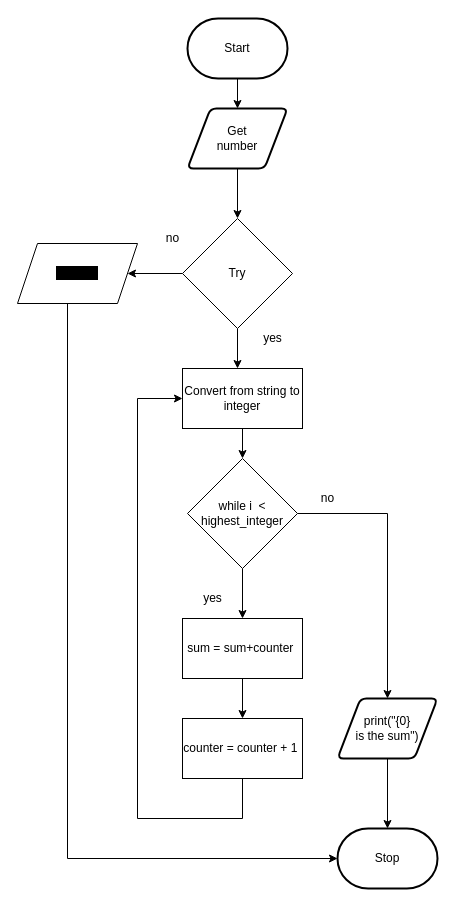
Above: Flow-Chart.drawio in mohammedal-ess/ICS3U-Unit4-01-Python (draw.io), before the change. Source tidied: cells renumbered, new cells numbered last; positions are measured from the earlier drawing's top-left corner, leaving out a move shared by most shapes. Both pictures are drawn from the tidied source at 100%, with x=0, y=0 at pixel (17, 18).
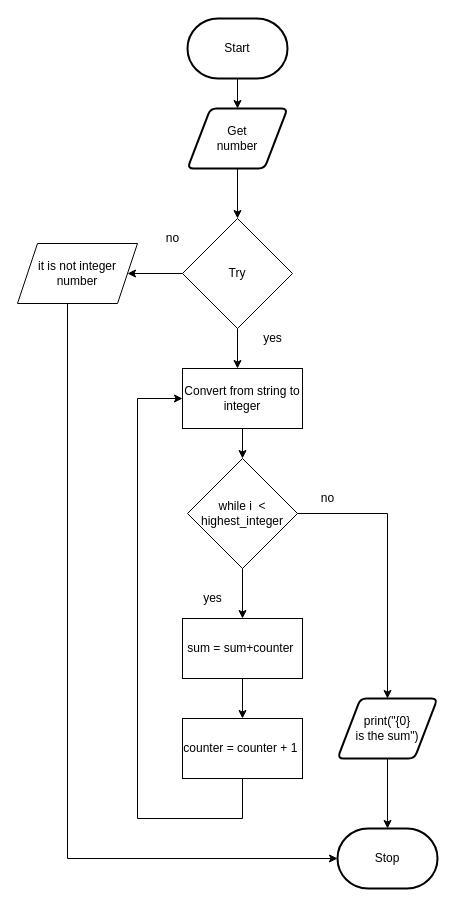
Above is the later version.

Commit message (it also covers changes not shown here):
add Flow-Chart

The edit, as a diff of the source:
```diff
@@
-    <mxCell id="19" value="&lt;span style=&quot;background-color: rgb(0 , 0 , 0)&quot;&gt;it is not&amp;nbsp;&lt;/span&gt;" style="shape=parallelogram;perimeter=parallelogramPerimeter;whiteSpace=wrap;html=1;fixedSize=1;" parent="1" vertex="1">
+    <mxCell id="19" value="it is not integer number" style="shape=parallelogram;perimeter=parallelogramPerimeter;whiteSpace=wrap;html=1;fixedSize=1;" parent="1" vertex="1">
       <mxGeometry y="225" width="120" height="60" as="geometry" />
     </mxCell>
```
